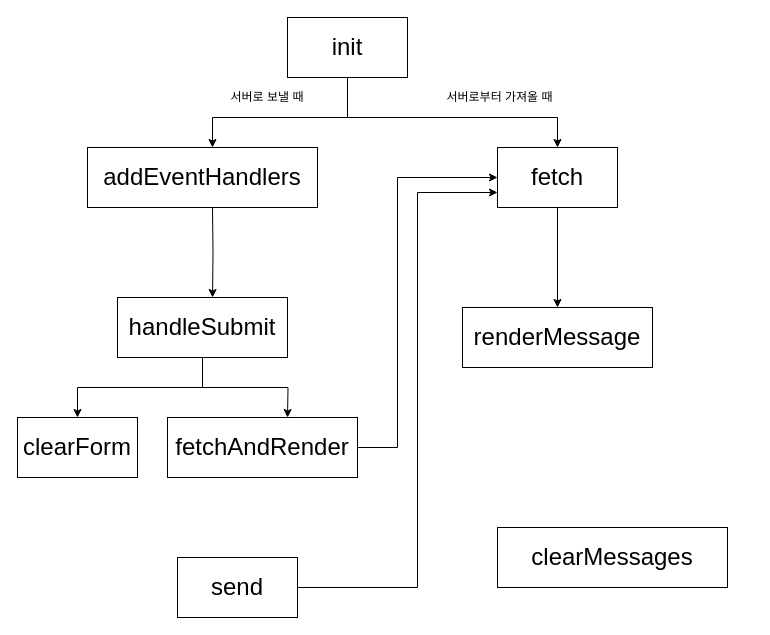
This is Chatterbox - client.drawio from chachagogogo/What-I-learned, a draw.io file, before an edit. Source tidied: cells renumbered, new cells numbered last; positions are measured from the earlier drawing's top-left corner, leaving out a move shared by most shapes. Both pictures are drawn from the tidied source at 100%, with x=0, y=0 at pixel (17, 17).
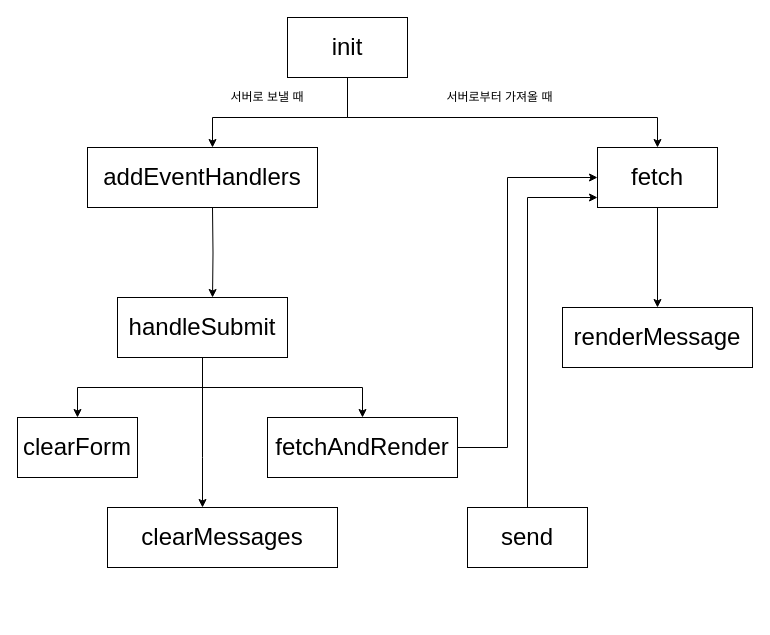
The same diagram, later.

Unchanged cells that the change refers to:
```xml
<mxCell id="4" value="&lt;font style=&quot;font-size: 24px&quot;&gt;init&lt;/font&gt;" style="rounded=0;whiteSpace=wrap;html=1;" parent="1" vertex="1">
  <mxGeometry x="270" width="120" height="60" as="geometry" />
</mxCell>
<mxCell id="17" value="&lt;font style=&quot;font-size: 24px&quot;&gt;handleSubmit&lt;/font&gt;" style="rounded=0;whiteSpace=wrap;html=1;" parent="1" vertex="1">
  <mxGeometry x="100" y="280" width="170" height="60" as="geometry" />
</mxCell>
```

Diff of the diagram source:
```diff
@@
     <mxCell id="3" style="edgeStyle=orthogonalEdgeStyle;rounded=0;jettySize=auto;html=1;" parent="1" edge="1" source="4" target="10">
       <mxGeometry relative="1" as="geometry">
         <Array as="points">
           <mxPoint x="330" y="100" />
-          <mxPoint x="540" y="100" />
+          <mxPoint x="640" y="100" />
         </Array>
       </mxGeometry>
     </mxCell>
@@
     <mxCell id="5" value="&lt;font style=&quot;font-size: 24px&quot;&gt;clearMessages&lt;/font&gt;" style="rounded=0;whiteSpace=wrap;html=1;" parent="1" vertex="1">
-      <mxGeometry x="480" y="510" width="230" height="60" as="geometry" />
+      <mxGeometry x="90" y="490" width="230" height="60" as="geometry" />
     </mxCell>
@@
     <mxCell id="10" value="&lt;font style=&quot;font-size: 24px&quot;&gt;fetch&lt;/font&gt;" style="rounded=0;whiteSpace=wrap;html=1;" parent="1" vertex="1">
-      <mxGeometry x="480" y="130" width="120" height="60" as="geometry" />
+      <mxGeometry x="580" y="130" width="120" height="60" as="geometry" />
     </mxCell>
-    <mxCell id="11" style="edgeStyle=orthogonalEdgeStyle;rounded=0;jettySize=auto;html=1;" parent="1" edge="1" source="12">
-      <mxGeometry relative="1" as="geometry">
-        <mxPoint x="480" y="160" as="targetPoint" />
-        <Array as="points">
-          <mxPoint x="380" y="430" />
-          <mxPoint x="380" y="160" />
-          <mxPoint x="480" y="160" />
-        </Array>
-      </mxGeometry>
-    </mxCell>
+    <mxCell id="21" style="edgeStyle=orthogonalEdgeStyle;rounded=0;jettySize=auto;html=1;" parent="1" edge="1" source="12" target="10">
+      <mxGeometry relative="1" as="geometry">
+        <Array as="points">
+          <mxPoint x="490" y="430" />
+          <mxPoint x="490" y="160" />
+        </Array>
+      </mxGeometry>
+    </mxCell>
     <mxCell id="12" value="&lt;font style=&quot;font-size: 24px&quot;&gt;fetchAndRender&lt;/font&gt;" style="rounded=0;whiteSpace=wrap;html=1;" parent="1" vertex="1">
-      <mxGeometry x="150" y="400" width="190" height="60" as="geometry" />
+      <mxGeometry x="250" y="400" width="190" height="60" as="geometry" />
     </mxCell>
-    <mxCell id="13" style="edgeStyle=orthogonalEdgeStyle;rounded=0;jettySize=auto;html=1;entryX=0;entryY=0.75;entryDx=0;entryDy=0;" parent="1" edge="1" source="14" target="10">
-      <mxGeometry relative="1" as="geometry">
-        <Array as="points">
-          <mxPoint x="400" y="570" />
-          <mxPoint x="400" y="175" />
-        </Array>
-      </mxGeometry>
-    </mxCell>
+    <mxCell id="22" style="edgeStyle=orthogonalEdgeStyle;rounded=0;orthogonalLoop=1;jettySize=auto;html=1;" parent="1" edge="1">
+      <mxGeometry relative="1" as="geometry">
+        <mxPoint x="510" y="490" as="sourcePoint" />
+        <mxPoint x="580" y="180" as="targetPoint" />
+        <Array as="points">
+          <mxPoint x="510" y="180" />
+          <mxPoint x="580" y="180" />
+        </Array>
+      </mxGeometry>
+    </mxCell>
     <mxCell id="14" value="&lt;font style=&quot;font-size: 24px&quot;&gt;send&lt;/font&gt;" style="rounded=0;whiteSpace=wrap;html=1;" parent="1" vertex="1">
-      <mxGeometry x="160" y="540" width="120" height="60" as="geometry" />
+      <mxGeometry x="450" y="490" width="120" height="60" as="geometry" />
     </mxCell>
-    <mxCell id="15" style="edgeStyle=orthogonalEdgeStyle;rounded=0;jettySize=auto;html=1;" parent="1" edge="1" source="17">
-      <mxGeometry relative="1" as="geometry">
-        <mxPoint x="270" y="400" as="targetPoint" />
-      </mxGeometry>
+    <mxCell id="15" style="edgeStyle=orthogonalEdgeStyle;rounded=0;jettySize=auto;html=1;" parent="1" edge="1" source="17" target="12">
+      <mxGeometry relative="1" as="geometry" />
     </mxCell>
@@
+    <mxCell id="23" style="edgeStyle=orthogonalEdgeStyle;rounded=0;jettySize=auto;html=1;" parent="1" edge="1" source="17" target="5">
+      <mxGeometry relative="1" as="geometry">
+        <Array as="points">
+          <mxPoint x="185" y="440" />
+          <mxPoint x="185" y="440" />
+        </Array>
+      </mxGeometry>
+    </mxCell>
@@
     <mxCell id="18" value="&lt;font style=&quot;font-size: 24px&quot;&gt;renderMessage&lt;/font&gt;" style="rounded=0;whiteSpace=wrap;html=1;" parent="1" vertex="1">
-      <mxGeometry x="445" y="290" width="190" height="60" as="geometry" />
+      <mxGeometry x="545" y="290" width="190" height="60" as="geometry" />
     </mxCell>
```
